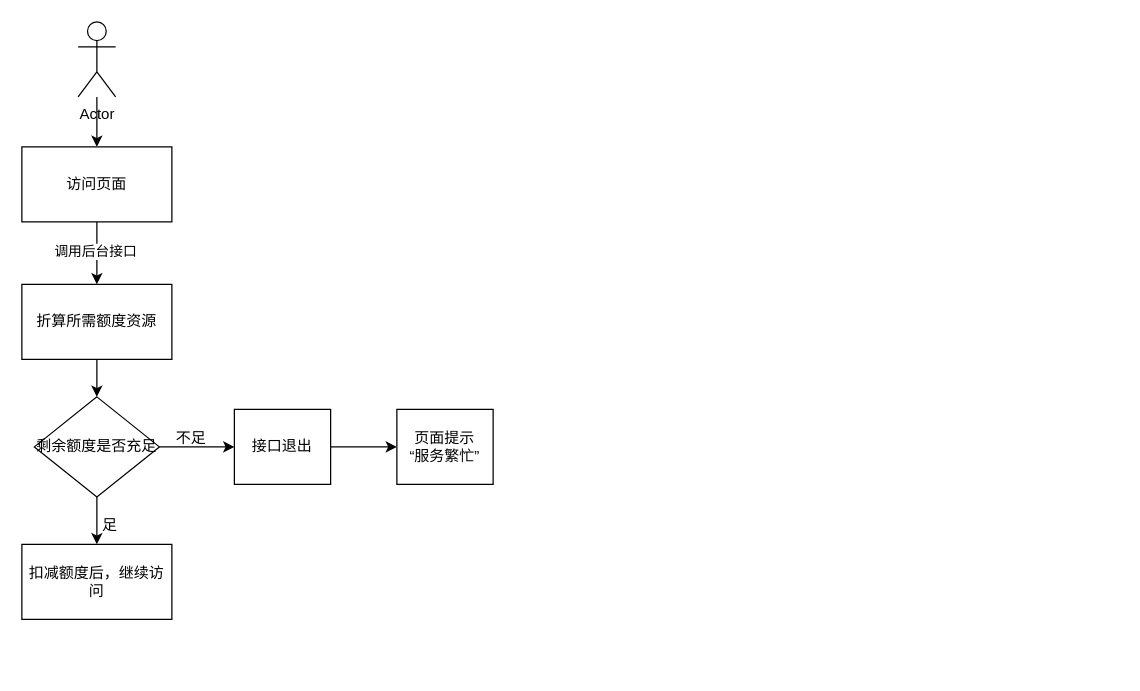
Before: page "Page-1" (1 of 2) of 未命名绘图.drawio in siyawu/draw, a draw.io diagram. Source tidied: cells renumbered, new cells numbered last; positions are measured from the earlier drawing's top-left corner, leaving out a move shared by most shapes. Both pictures are drawn from the tidied source at 125%, with x=0, y=0 at pixel (21, 21).
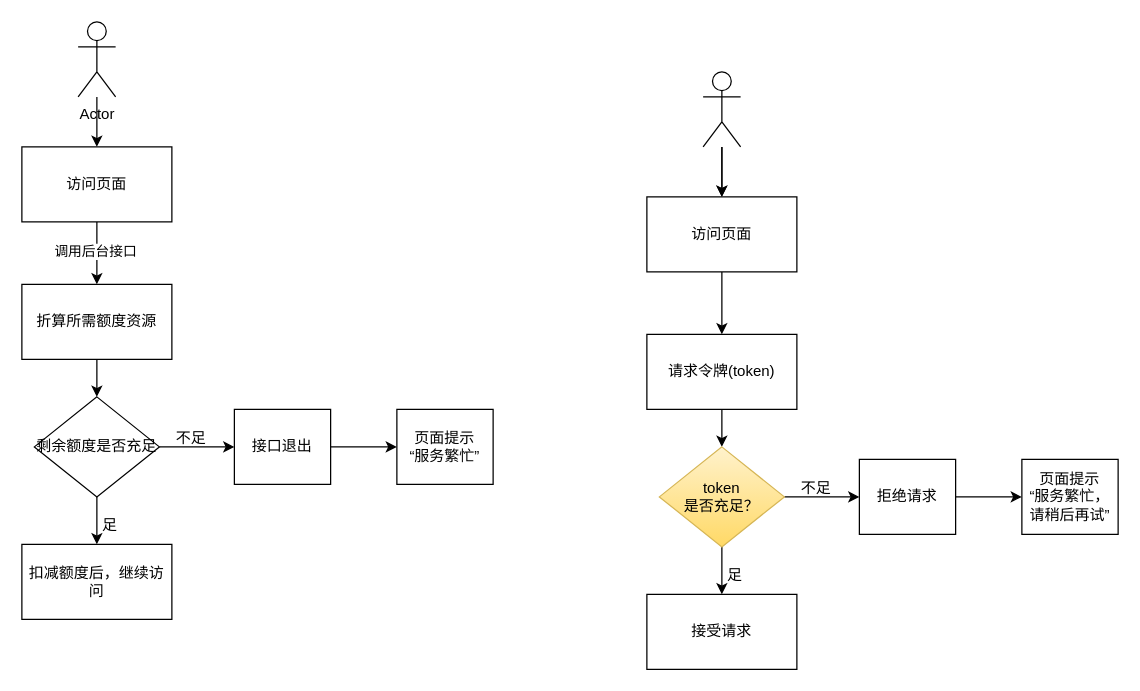
After the change.

Commit message:
更新未命名绘图.drawio

Diff of the diagram source:
```diff
@@
+    <mxCell id="18" style="edgeStyle=orthogonalEdgeStyle;rounded=0;jettySize=auto;html=1;" parent="1" edge="1" source="19" target="21">
+      <mxGeometry relative="1" as="geometry" />
+    </mxCell>
+    <mxCell id="19" value="访问页面" style="rounded=0;whiteSpace=wrap;html=1;" parent="1" vertex="1">
+      <mxGeometry x="500" y="140" width="120" height="60" as="geometry" />
+    </mxCell>
+    <mxCell id="20" style="edgeStyle=orthogonalEdgeStyle;rounded=0;jettySize=auto;html=1;" parent="1" edge="1" source="21" target="24">
+      <mxGeometry relative="1" as="geometry" />
+    </mxCell>
+    <mxCell id="21" value="请求令牌(token)" style="rounded=0;whiteSpace=wrap;html=1;" parent="1" vertex="1">
+      <mxGeometry x="500" y="250" width="120" height="60" as="geometry" />
+    </mxCell>
+    <mxCell id="22" style="edgeStyle=orthogonalEdgeStyle;rounded=0;jettySize=auto;html=1;" parent="1" edge="1" source="24" target="26">
+      <mxGeometry relative="1" as="geometry" />
+    </mxCell>
+    <mxCell id="23" style="edgeStyle=orthogonalEdgeStyle;rounded=0;jettySize=auto;html=1;" parent="1" edge="1" source="24" target="29">
+      <mxGeometry relative="1" as="geometry" />
+    </mxCell>
+    <mxCell id="24" value="token &lt;br&gt;是否充足？" style="rhombus;whiteSpace=wrap;html=1;rounded=0;fillColor=#fff2cc;strokeColor=#d6b656;gradientColor=#ffd966;" parent="1" vertex="1">
+      <mxGeometry x="510" y="340" width="100" height="80" as="geometry" />
+    </mxCell>
+    <mxCell id="25" style="edgeStyle=orthogonalEdgeStyle;rounded=0;jettySize=auto;html=1;" parent="1" edge="1" source="26" target="28">
+      <mxGeometry relative="1" as="geometry" />
+    </mxCell>
+    <mxCell id="26" value="拒绝请求" style="whiteSpace=wrap;html=1;rounded=0;" parent="1" vertex="1">
+      <mxGeometry x="670" y="350" width="77" height="60" as="geometry" />
+    </mxCell>
+    <mxCell id="27" value="不足" style="text;html=1;align=center;verticalAlign=middle;strokeColor=none;fillColor=none;" parent="1" vertex="1">
+      <mxGeometry x="610" y="358" width="50" height="30" as="geometry" />
+    </mxCell>
+    <mxCell id="28" value="页面提示&lt;br&gt;“服务繁忙，请稍后再试”" style="whiteSpace=wrap;html=1;rounded=0;" parent="1" vertex="1">
+      <mxGeometry x="800" y="350" width="77" height="60" as="geometry" />
+    </mxCell>
+    <mxCell id="29" value="接受请求" style="whiteSpace=wrap;html=1;rounded=0;" parent="1" vertex="1">
+      <mxGeometry x="500" y="458" width="120" height="60" as="geometry" />
+    </mxCell>
+    <mxCell id="30" value="足" style="text;html=1;align=center;verticalAlign=middle;strokeColor=none;fillColor=none;" parent="1" vertex="1">
+      <mxGeometry x="550" y="428" width="40" height="30" as="geometry" />
+    </mxCell>
+    <mxCell id="31" style="edgeStyle=orthogonalEdgeStyle;rounded=0;jettySize=auto;html=1;entryX=0.5;entryY=0;entryDx=0;entryDy=0;" parent="1" edge="1" source="33" target="19">
+      <mxGeometry relative="1" as="geometry" />
+    </mxCell>
+    <mxCell id="32" style="edgeStyle=orthogonalEdgeStyle;rounded=0;jettySize=auto;html=1;" parent="1" edge="1" source="33" target="19">
+      <mxGeometry relative="1" as="geometry" />
+    </mxCell>
+    <mxCell id="33" style="shape=umlActor;verticalLabelPosition=bottom;verticalAlign=top;html=1;outlineConnect=0;" parent="1" vertex="1">
+      <mxGeometry x="545" y="40" width="30" height="60" as="geometry" />
+    </mxCell>
```
